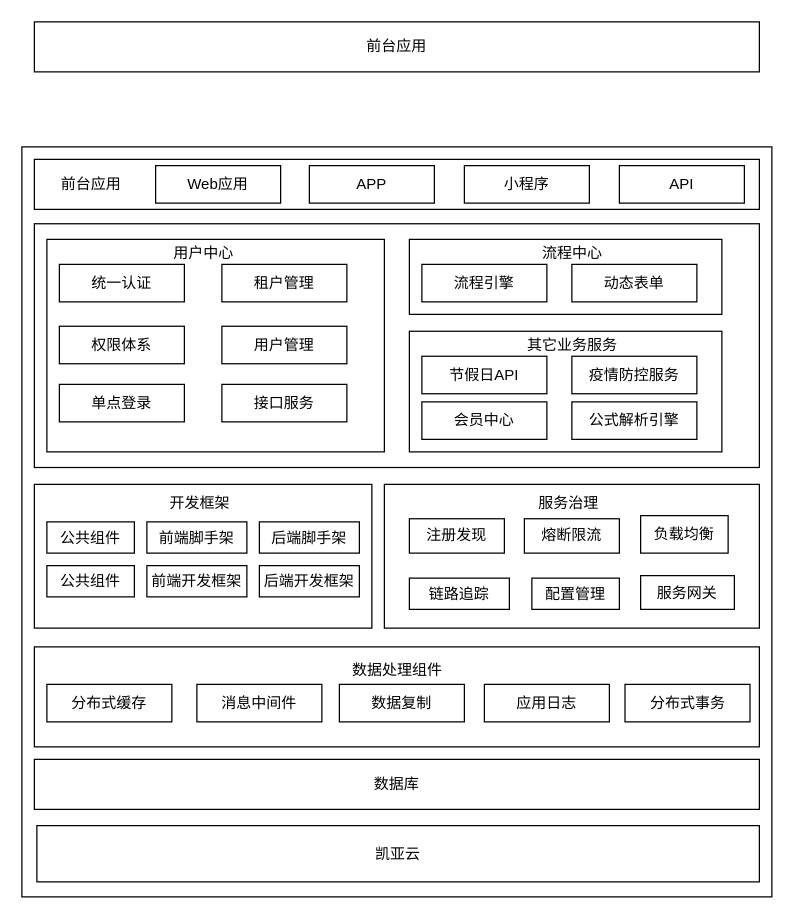
Before: page "技术中台" (1 of 3) of 中台能力架构.drawio in huyunzhen/diagrams, a draw.io diagram. Source tidied: cells renumbered, new cells numbered last; positions are measured from the earlier drawing's top-left corner, leaving out a move shared by most shapes. Both pictures are drawn from the tidied source at 125%, with x=0, y=0 at pixel (21, 21).
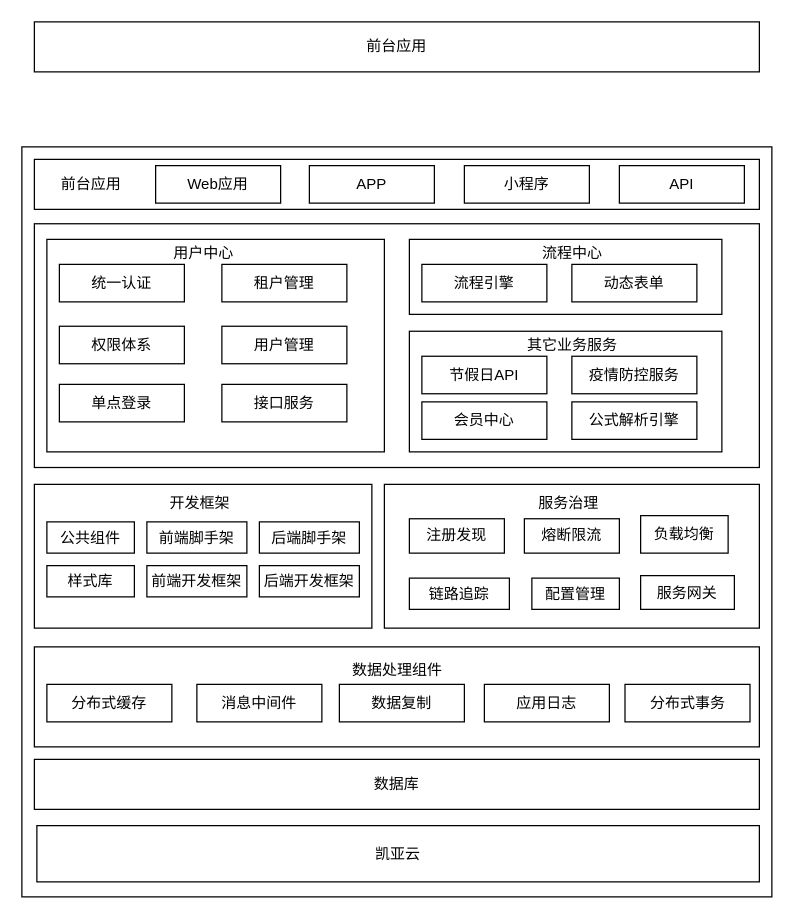
The same page after the edit.

Commit message:
更新中台能力架构.drawio

Diff of the diagram source:
```diff
@@
-    <mxCell id="29" value="公共组件" style="rounded=0;whiteSpace=wrap;html=1;sketch=0;glass=0;labelBackgroundColor=none;" parent="1" vertex="1">
+    <mxCell id="29" value="样式库" style="rounded=0;whiteSpace=wrap;html=1;sketch=0;glass=0;labelBackgroundColor=none;" parent="1" vertex="1">
       <mxGeometry x="20" y="435" width="70" height="25" as="geometry" />
     </mxCell>
```
